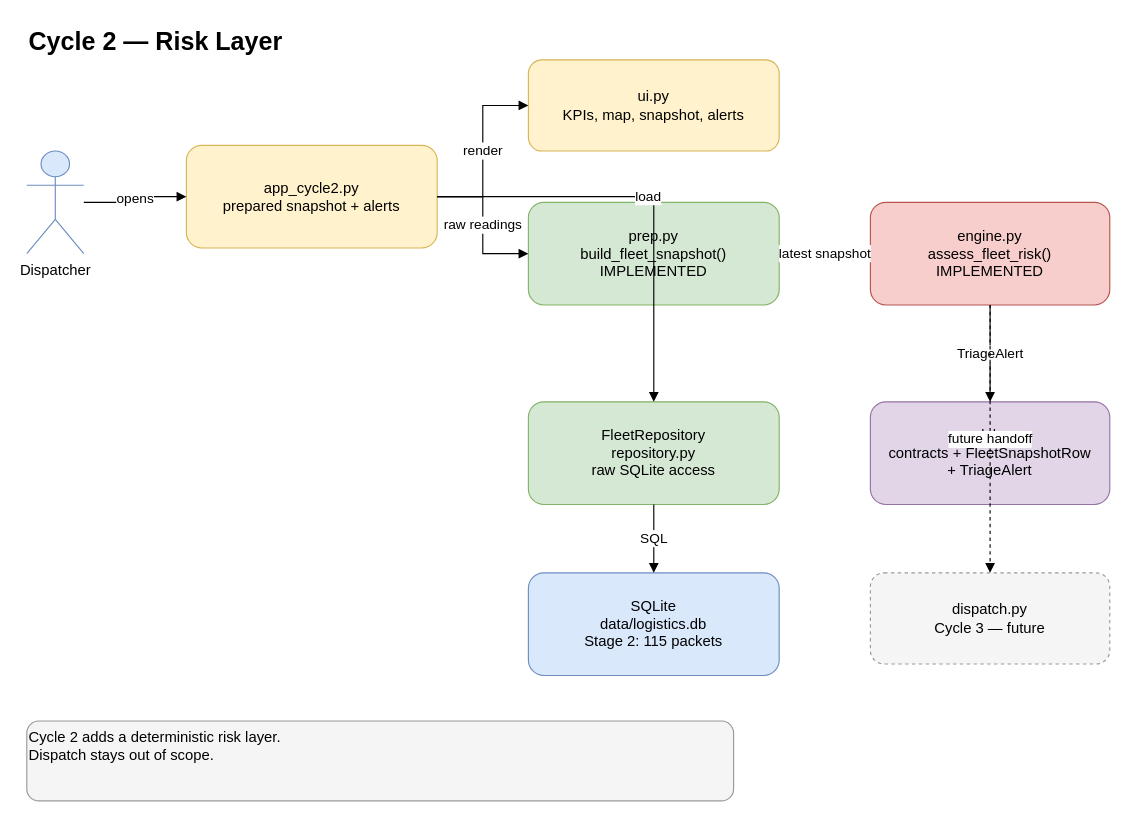
The draw.io diagram docs/architecture/cycle2.drawio in romanklis/workshop-Thun, before the edit. Source tidied: cells renumbered, new cells numbered last; positions are measured from the earlier drawing's top-left corner, leaving out a move shared by most shapes. Both pictures are drawn from the tidied source at 114%, with x=0, y=0 at pixel (26, 19).
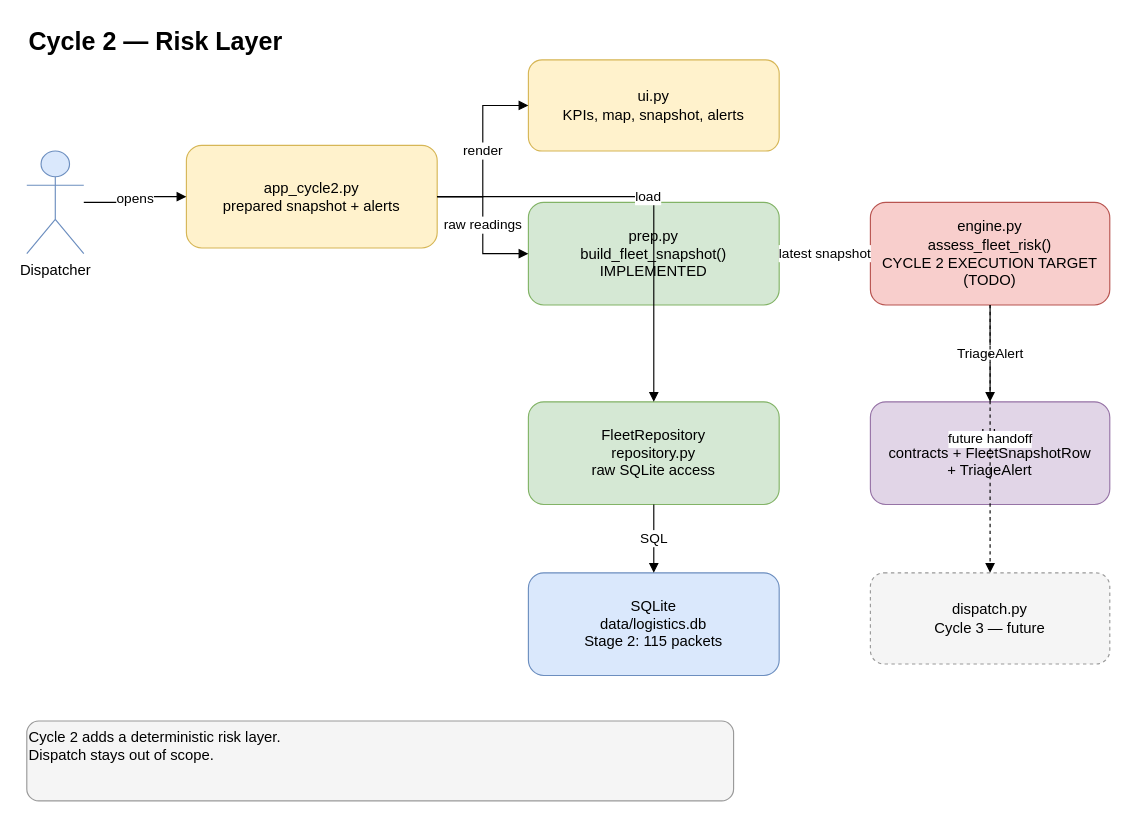
The same diagram, later.

Commit message (it also covers changes not shown here):
Align Cycle 2 starter content with its cycle

What changed in the source:
```diff
@@
-    <mxCell id="7" value="engine.py&#10;assess_fleet_risk()&#10;IMPLEMENTED" style="rounded=1;whiteSpace=wrap;html=1;fillColor=#f8cecc;strokeColor=#b85450;fontSize=13;" parent="1" vertex="1">
+    <mxCell id="7" value="engine.py&#10;assess_fleet_risk()&#10;CYCLE 2 EXECUTION TARGET (TODO)" style="rounded=1;whiteSpace=wrap;html=1;fillColor=#f8cecc;strokeColor=#b85450;fontSize=13;" parent="1" vertex="1">
       <mxGeometry x="740" y="160" width="210" height="90" as="geometry" />
     </mxCell>
```
